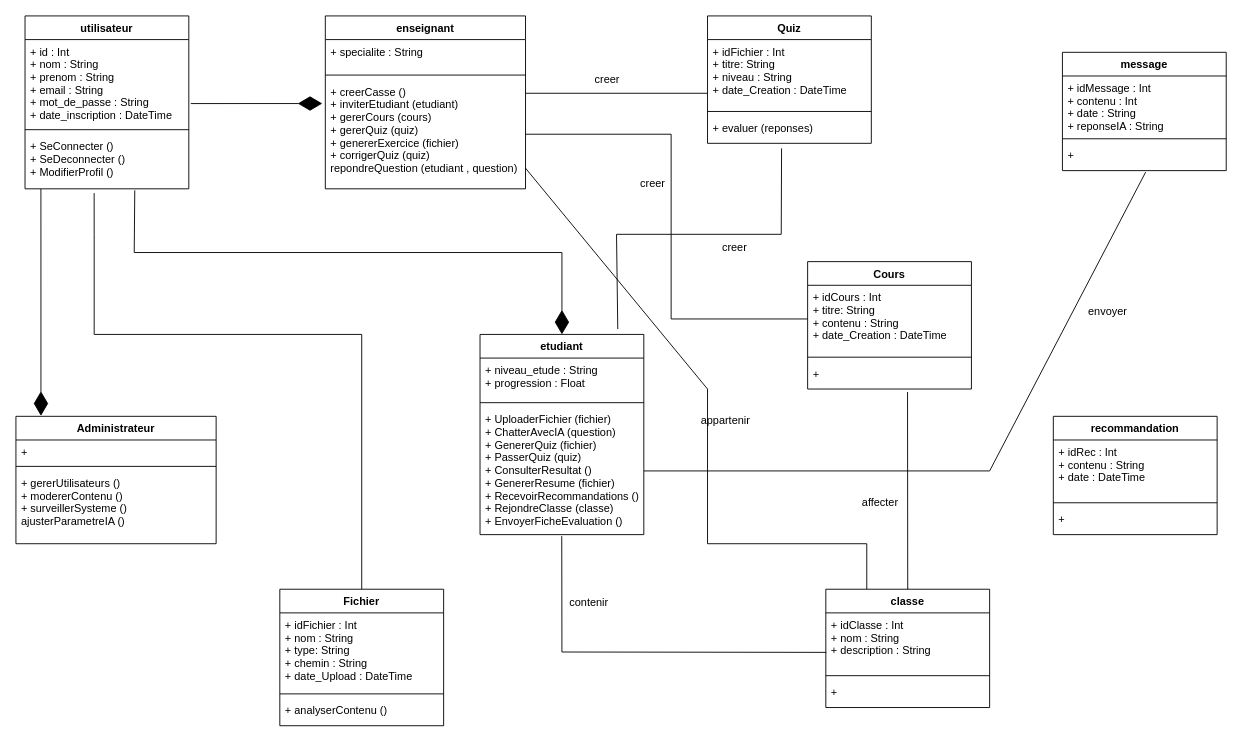
Above: resource/diagrammes uml . MAEL/classe diagramme MAEL.drawio in OIC-Bafoussam/revise-ai (draw.io), before the change. Source tidied: cells renumbered, new cells numbered last; positions are measured from the earlier drawing's top-left corner, leaving out a move shared by most shapes. Both pictures are drawn from the tidied source at 91%, with x=0, y=0 at pixel (15, 15).
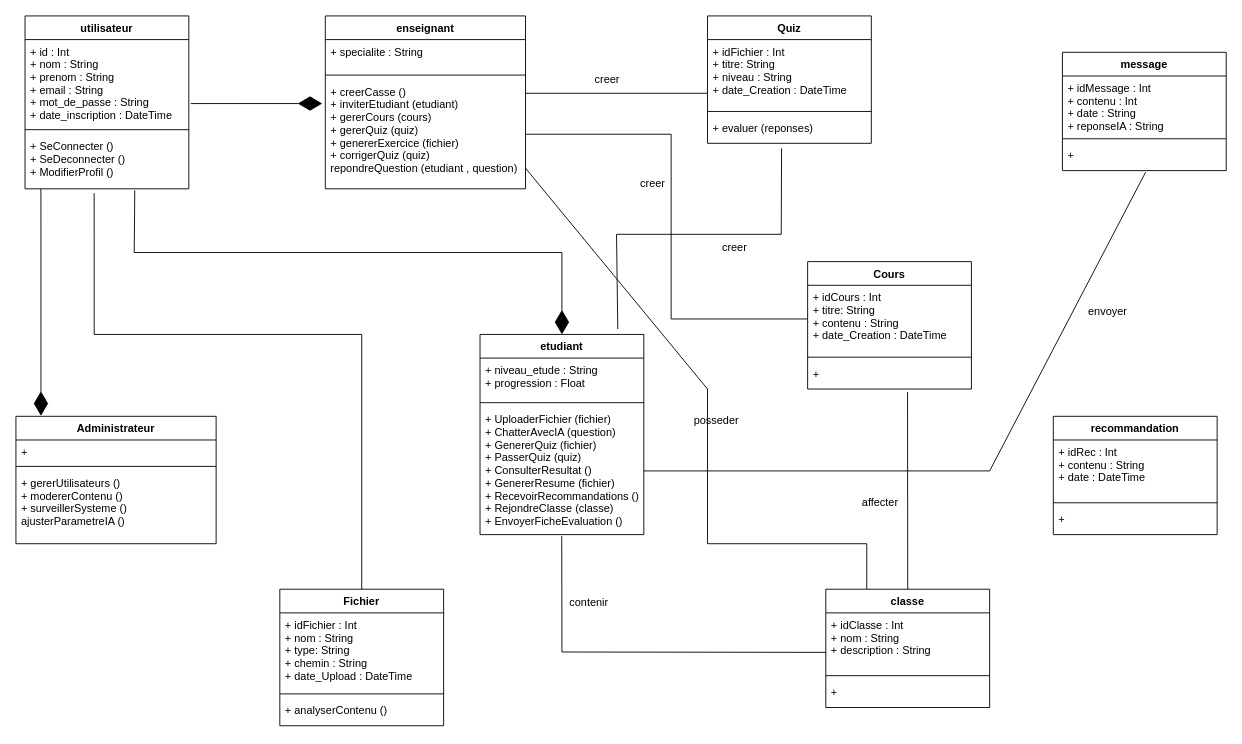
The same page after the edit.

Diff of the diagram source:
```diff
@@
-    <mxCell id="56" value="appartenir" style="text;html=1;strokeColor=none;fillColor=none;align=center;verticalAlign=middle;whiteSpace=wrap;rounded=0;" parent="1" vertex="1">
-      <mxGeometry x="750" y="430" width="60" height="30" as="geometry" />
+    <mxCell id="56" value="posseder" style="text;html=1;strokeColor=none;fillColor=none;align=center;verticalAlign=middle;whiteSpace=wrap;rounded=0;" parent="1" vertex="1">
+      <mxGeometry x="740" y="430" width="60" height="30" as="geometry" />
     </mxCell>
```
